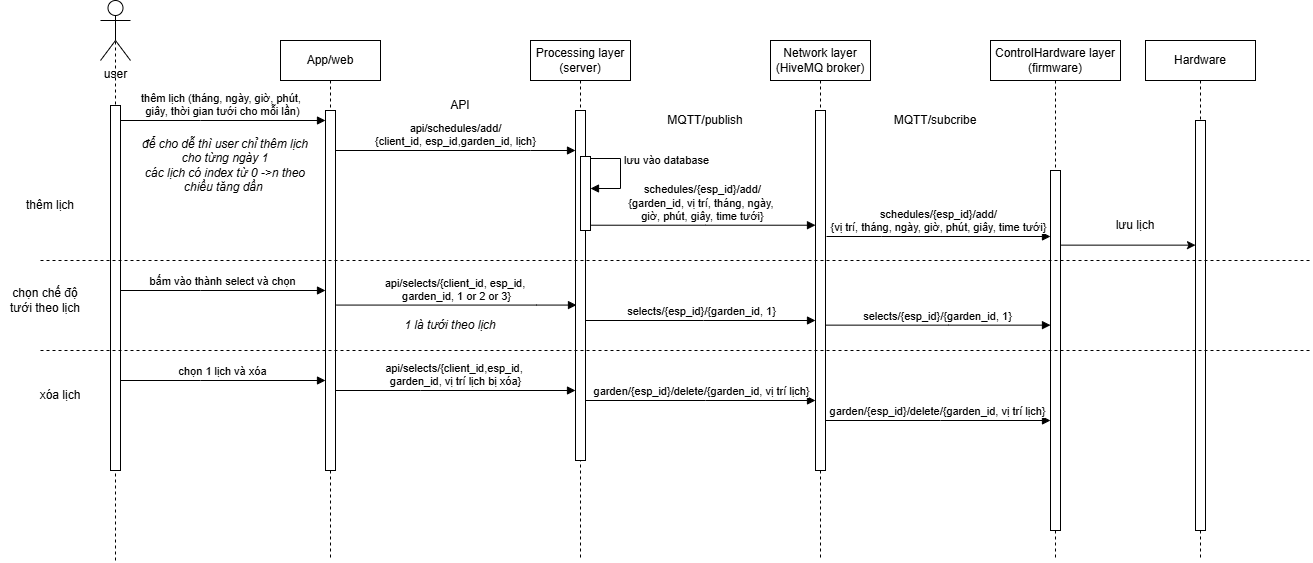
Above: details/2_system_analysis_and_sesign/3_sequence_diagram/2 quản lý vườn cây/1_sequence_user_tuoicaytheolichtrongthang/tưới cây theo lịch.drawio.png in Minh-Quan-dz123/smart_plant_monitoring_and_watering_system (draw.io), before the change. Source tidied: cells renumbered, new cells last; positions are measured from the earlier drawing's top-left corner, leaving out a move shared by most shapes.
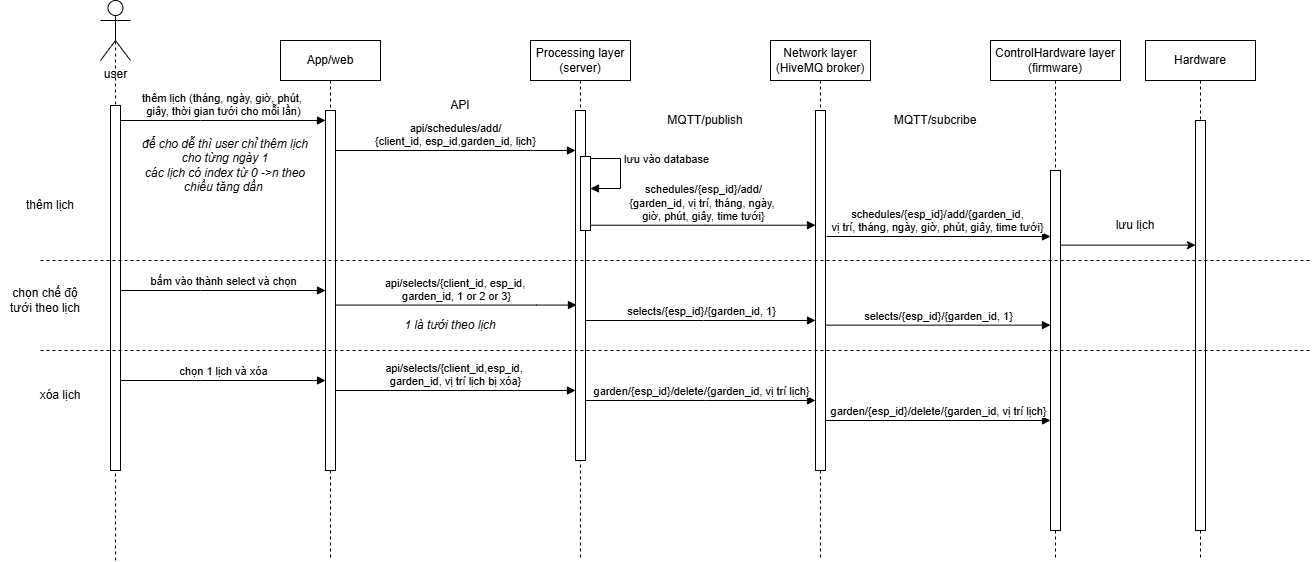
Above is the later version.

Change to the diagram source:
```diff
@@ -79,7 +79,7 @@
     <mxCell id="20" value="MQTT/publish" style="text;html=1;whiteSpace=wrap;strokeColor=none;fillColor=none;align=center;verticalAlign=middle;rounded=0;" parent="1" vertex="1">
       <mxGeometry x="660" y="110" width="90" height="20" as="geometry" />
     </mxCell>
-    <mxCell id="21" value="schedules/{esp_id}/add/&lt;div&gt;{vị trí, tháng, ngày, giờ, phút, giây, time tưới}&lt;/div&gt;" style="html=1;verticalAlign=bottom;endArrow=block;edgeStyle=elbowEdgeStyle;elbow=horizontal;curved=0;rounded=0;" parent="1" edge="1" target="14">
+    <mxCell id="21" value="schedules/{esp_id}/add/{garden_id,&lt;div&gt;vị trí, tháng, ngày, giờ, phút, giây, time tưới}&lt;/div&gt;" style="html=1;verticalAlign=bottom;endArrow=block;edgeStyle=elbowEdgeStyle;elbow=horizontal;curved=0;rounded=0;" parent="1" edge="1" target="14">
       <mxGeometry relative="1" as="geometry">
         <mxPoint x="826" y="236" as="sourcePoint" />
         <Array as="points">
```
